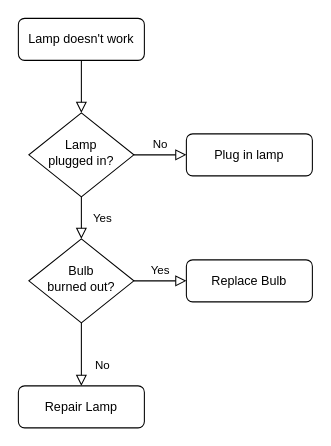
This is Untitled Diagram.drawio from L-Shiva-Kumar/draw.io, a draw.io file, before an edit. Source tidied: cells renumbered, new cells numbered last; positions are measured from the earlier drawing's top-left corner, leaving out a move shared by most shapes. Both pictures are drawn from the tidied source at 105%, with x=0, y=0 at pixel (18, 18).
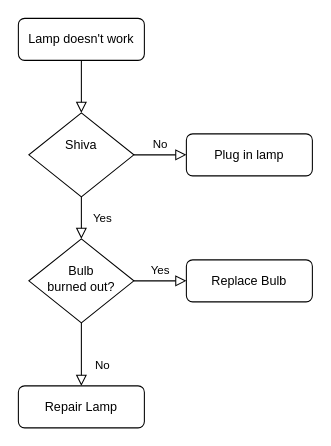
After the change.

Commit message:
Testing sharing

Change to the diagram source:
```diff
@@
 <mxGraphModel>
   <root>
     <mxCell id="0" />
     <mxCell id="1" parent="0" />
     <mxCell id="2" style="rounded=0;html=1;jettySize=auto;fontSize=11;endArrow=block;endFill=0;endSize=8;strokeWidth=1;shadow=0;labelBackgroundColor=none;edgeStyle=orthogonalEdgeStyle;" parent="1" edge="1" source="3" target="6">
       <mxGeometry relative="1" as="geometry" />
     </mxCell>
     <mxCell id="3" value="Lamp doesn't work" style="rounded=1;whiteSpace=wrap;html=1;fontSize=12;glass=0;strokeWidth=1;shadow=0;" parent="1" vertex="1">
       <mxGeometry width="120" height="40" as="geometry" />
     </mxCell>
     <mxCell id="4" value="Yes" style="rounded=0;html=1;jettySize=auto;fontSize=11;endArrow=block;endFill=0;endSize=8;strokeWidth=1;shadow=0;labelBackgroundColor=none;edgeStyle=orthogonalEdgeStyle;" parent="1" edge="1" source="6" target="10">
       <mxGeometry y="20" relative="1" as="geometry" />
     </mxCell>
     <mxCell id="5" value="No" style="edgeStyle=orthogonalEdgeStyle;rounded=0;html=1;jettySize=auto;fontSize=11;endArrow=block;endFill=0;endSize=8;strokeWidth=1;shadow=0;labelBackgroundColor=none;" parent="1" edge="1" source="6" target="7">
       <mxGeometry y="10" relative="1" as="geometry" />
     </mxCell>
-    <mxCell id="6" value="Lamp&lt;br&gt;plugged in?" style="rhombus;whiteSpace=wrap;html=1;shadow=0;fontFamily=Helvetica;fontSize=12;align=center;strokeWidth=1;spacing=6;spacingTop=-4;" parent="1" vertex="1">
+    <mxCell id="6" value="Shiva&lt;br&gt;&lt;br&gt;" style="rhombus;whiteSpace=wrap;html=1;shadow=0;fontFamily=Helvetica;fontSize=12;align=center;strokeWidth=1;spacing=6;spacingTop=-4;" parent="1" vertex="1">
       <mxGeometry x="10" y="90" width="100" height="80" as="geometry" />
     </mxCell>
     <mxCell id="7" value="Plug in lamp" style="rounded=1;whiteSpace=wrap;html=1;fontSize=12;glass=0;strokeWidth=1;shadow=0;" parent="1" vertex="1">
       <mxGeometry x="160" y="110" width="120" height="40" as="geometry" />
     </mxCell>
     <mxCell id="8" value="No" style="rounded=0;html=1;jettySize=auto;fontSize=11;endArrow=block;endFill=0;endSize=8;strokeWidth=1;shadow=0;labelBackgroundColor=none;edgeStyle=orthogonalEdgeStyle;" parent="1" edge="1" source="10" target="11">
       <mxGeometry x="0.33" y="20" relative="1" as="geometry" />
     </mxCell>
     <mxCell id="9" value="Yes" style="edgeStyle=orthogonalEdgeStyle;rounded=0;html=1;jettySize=auto;fontSize=11;endArrow=block;endFill=0;endSize=8;strokeWidth=1;shadow=0;labelBackgroundColor=none;" parent="1" edge="1" source="10" target="12">
       <mxGeometry y="10" relative="1" as="geometry" />
     </mxCell>
     <mxCell id="10" value="Bulb&lt;br&gt;burned out?" style="rhombus;whiteSpace=wrap;html=1;shadow=0;fontFamily=Helvetica;fontSize=12;align=center;strokeWidth=1;spacing=6;spacingTop=-4;" parent="1" vertex="1">
       <mxGeometry x="10" y="210" width="100" height="80" as="geometry" />
     </mxCell>
     <mxCell id="11" value="Repair Lamp" style="rounded=1;whiteSpace=wrap;html=1;fontSize=12;glass=0;strokeWidth=1;shadow=0;" parent="1" vertex="1">
       <mxGeometry y="350" width="120" height="40" as="geometry" />
     </mxCell>
     <mxCell id="12" value="Replace Bulb" style="rounded=1;whiteSpace=wrap;html=1;fontSize=12;glass=0;strokeWidth=1;shadow=0;" parent="1" vertex="1">
       <mxGeometry x="160" y="230" width="120" height="40" as="geometry" />
     </mxCell>
   </root>
 </mxGraphModel>
```
